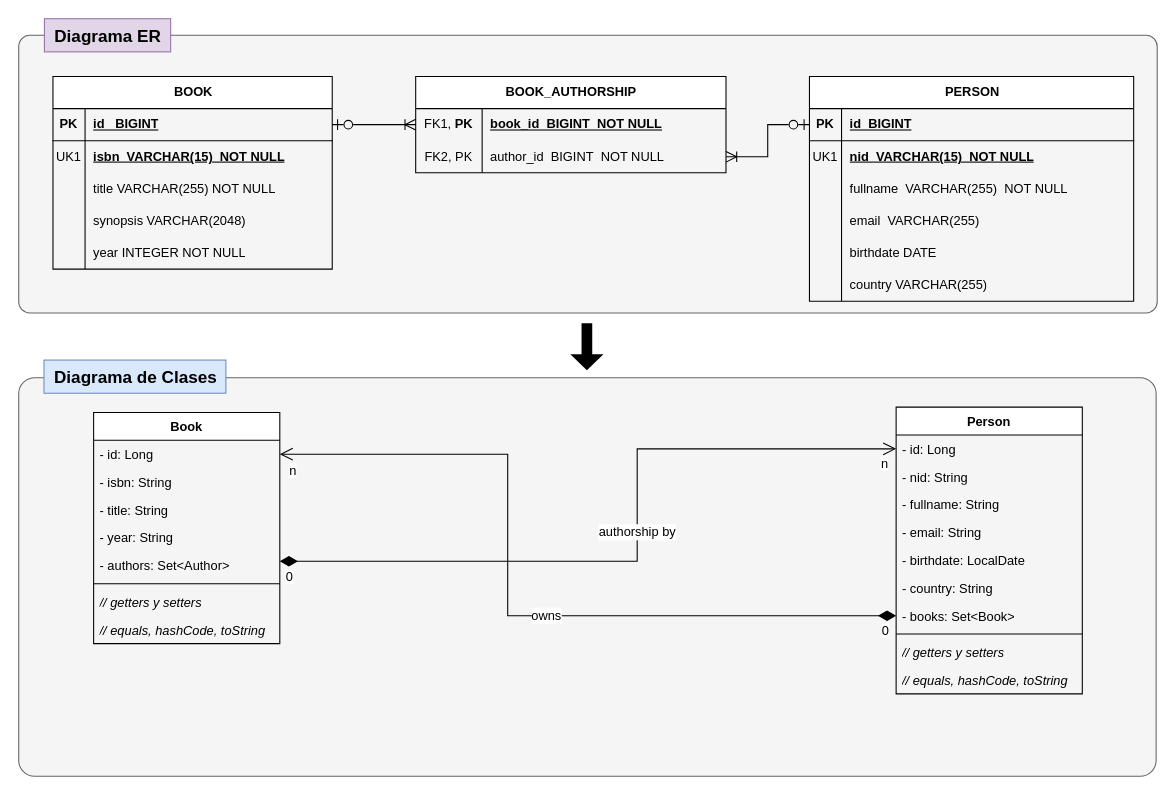
The draw.io diagram page "Ej01: LibrosAutor" (1 of 2) of docs/taller-agosto.drawio in davorpa/spring-boot-demo, before the edit. Source tidied: cells renumbered, new cells numbered last; positions are measured from the earlier drawing's top-left corner, leaving out a move shared by most shapes. Both pictures are drawn from the tidied source at 107%, with x=0, y=0 at pixel (18, 18).
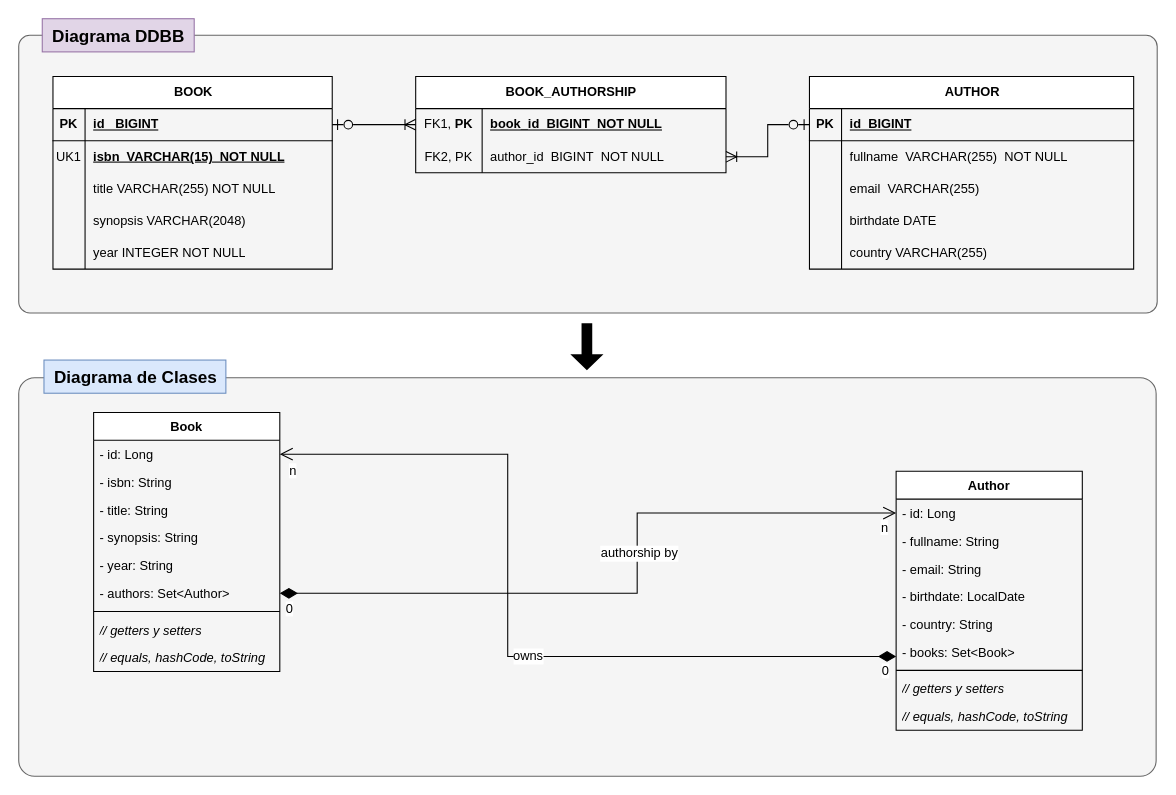
The same page after the edit.

The change refers to these unchanged cells:
```xml
<mxCell id="2" style="group;" parent="1" vertex="1">
  <mxGeometry y="4" width="1064" height="271" as="geometry" />
</mxCell>
<mxCell id="46" value="- id: Long" style="text;strokeColor=none;fillColor=none;align=left;verticalAlign=top;spacingLeft=4;spacingRight=4;overflow=hidden;points=[[0,0.5],[1,0.5]];portConstraint=eastwest;whiteSpace=wrap;html=1;fontSize=12;" parent="45" vertex="1">
  <mxGeometry y="26" width="174" height="26" as="geometry" />
</mxCell>
<mxCell id="61" value="- id: Long" style="text;strokeColor=none;fillColor=none;align=left;verticalAlign=top;spacingLeft=4;spacingRight=4;overflow=hidden;points=[[0,0.5],[1,0.5]];portConstraint=eastwest;whiteSpace=wrap;html=1;fontSize=12;" parent="60" vertex="1">
  <mxGeometry y="26" width="174" height="26" as="geometry" />
</mxCell>
```

What changed in the source:
```diff
@@
-    <mxCell id="4" value="Diagrama ER" style="text;html=1;align=center;verticalAlign=middle;strokeColor=#9673a6;fillColor=#e1d5e7;fontSize=16;fontFamily=Helvetica;fontStyle=1;" parent="2" vertex="1">
-      <mxGeometry x="24" y="-4" width="118" height="31" as="geometry" />
+    <mxCell id="4" value="Diagrama DDBB" style="text;html=1;align=center;verticalAlign=middle;strokeColor=#9673a6;fillColor=#e1d5e7;fontSize=16;fontFamily=Helvetica;fontStyle=1;" parent="2" vertex="1">
+      <mxGeometry x="22" y="-4" width="142" height="31" as="geometry" />
     </mxCell>
@@
-    <mxCell id="24" value="PERSON" style="shape=table;startSize=30;childLayout=tableLayout;rowLines=0;fontStyle=1;align=center;html=1;fontSize=12;" parent="1" vertex="1">
-      <mxGeometry x="739" y="54" width="303" height="210" as="geometry" />
+    <mxCell id="24" value="AUTHOR" style="shape=table;startSize=30;childLayout=tableLayout;rowLines=0;fontStyle=1;align=center;html=1;fontSize=12;" parent="1" vertex="1">
+      <mxGeometry x="739" y="54" width="303" height="180" as="geometry" />
     </mxCell>
@@
-    <mxCell id="28" style="shape=tableRow;horizontal=0;startSize=0;swimlaneHead=0;swimlaneBody=0;fillColor=none;top=0;left=0;right=0;bottom=0;fontSize=12;" parent="24" vertex="1">
-      <mxGeometry y="60" width="303" height="30" as="geometry" />
-    </mxCell>
-    <mxCell id="29" value="UK1" style="shape=partialRectangle;fillColor=none;top=0;left=0;bottom=0;right=0;overflow=hidden;whiteSpace=wrap;html=1;fontSize=12;" parent="28" vertex="1">
-      <mxGeometry width="30" height="30" as="geometry" />
-    </mxCell>
-    <mxCell id="30" value="nid&amp;nbsp; VARCHAR(15)&amp;nbsp; NOT NULL" style="shape=partialRectangle;fillColor=none;top=0;left=0;bottom=0;right=0;align=left;spacingLeft=6;overflow=hidden;whiteSpace=wrap;html=1;fontSize=12;fontStyle=5;" parent="28" vertex="1">
-      <mxGeometry x="30" width="273" height="30" as="geometry" />
-    </mxCell>
     <mxCell id="31" style="shape=tableRow;horizontal=0;startSize=0;swimlaneHead=0;swimlaneBody=0;fillColor=none;top=0;left=0;right=0;bottom=0;fontSize=12;" parent="24" vertex="1">
-      <mxGeometry y="90" width="303" height="30" as="geometry" />
+      <mxGeometry y="60" width="303" height="30" as="geometry" />
     </mxCell>
@@
     <mxCell id="34" style="shape=tableRow;horizontal=0;startSize=0;swimlaneHead=0;swimlaneBody=0;fillColor=none;top=0;left=0;right=0;bottom=0;fontSize=12;" parent="24" vertex="1">
-      <mxGeometry y="120" width="303" height="30" as="geometry" />
+      <mxGeometry y="90" width="303" height="30" as="geometry" />
     </mxCell>
@@
     <mxCell id="37" style="shape=tableRow;horizontal=0;startSize=0;swimlaneHead=0;swimlaneBody=0;fillColor=none;top=0;left=0;right=0;bottom=0;fontSize=12;" parent="24" vertex="1">
-      <mxGeometry y="150" width="303" height="30" as="geometry" />
+      <mxGeometry y="120" width="303" height="30" as="geometry" />
     </mxCell>
@@
     <mxCell id="40" style="shape=tableRow;horizontal=0;startSize=0;swimlaneHead=0;swimlaneBody=0;fillColor=none;top=0;left=0;right=0;bottom=0;fontSize=12;" parent="24" vertex="1">
-      <mxGeometry y="180" width="303" height="30" as="geometry" />
+      <mxGeometry y="150" width="303" height="30" as="geometry" />
     </mxCell>
@@
     <mxCell id="45" value="Book" style="swimlane;fontStyle=1;align=center;verticalAlign=top;horizontal=1;startSize=26;whiteSpace=wrap;html=1;fontSize=12;" parent="1" vertex="1">
-      <mxGeometry x="70" y="368" width="174" height="216" as="geometry" />
+      <mxGeometry x="70" y="368" width="174" height="242" as="geometry" />
     </mxCell>
@@
+    <mxCell id="79" value="- synopsis: String" style="text;strokeColor=none;fillColor=none;align=left;verticalAlign=top;spacingLeft=4;spacingRight=4;overflow=hidden;whiteSpace=wrap;html=1;fontSize=12;" parent="45" vertex="1">
+      <mxGeometry y="104" width="174" height="26" as="geometry" />
+    </mxCell>
     <mxCell id="49" value="- year: String" style="text;strokeColor=none;fillColor=none;align=left;verticalAlign=top;spacingLeft=4;spacingRight=4;overflow=hidden;whiteSpace=wrap;html=1;fontSize=12;" parent="45" vertex="1">
-      <mxGeometry y="104" width="174" height="26" as="geometry" />
+      <mxGeometry y="130" width="174" height="26" as="geometry" />
     </mxCell>
     <mxCell id="50" value="- authors: Set&amp;lt;Author&amp;gt;" style="text;strokeColor=none;fillColor=none;align=left;verticalAlign=top;spacingLeft=4;spacingRight=4;overflow=hidden;points=[[0,0.5],[1,0.5]];portConstraint=eastwest;whiteSpace=wrap;html=1;fontSize=12;" parent="45" vertex="1">
-      <mxGeometry y="130" width="174" height="26" as="geometry" />
+      <mxGeometry y="156" width="174" height="26" as="geometry" />
     </mxCell>
     <mxCell id="51" style="line;strokeWidth=1;fillColor=none;align=left;verticalAlign=middle;spacingTop=-1;spacingLeft=3;spacingRight=3;labelPosition=right;strokeColor=inherit;fontSize=12;" parent="45" vertex="1">
-      <mxGeometry y="156" width="174" height="8" as="geometry" />
+      <mxGeometry y="182" width="174" height="8" as="geometry" />
     </mxCell>
     <mxCell id="52" value="// getters y setters" style="text;strokeColor=none;fillColor=none;align=left;verticalAlign=top;spacingLeft=4;spacingRight=4;overflow=hidden;whiteSpace=wrap;html=1;fontSize=12;fontStyle=2;" parent="45" vertex="1">
-      <mxGeometry y="164" width="174" height="26" as="geometry" />
+      <mxGeometry y="190" width="174" height="26" as="geometry" />
     </mxCell>
     <mxCell id="53" value="// equals, hashCode, toString" style="text;strokeColor=none;fillColor=none;align=left;verticalAlign=top;spacingLeft=4;spacingRight=4;overflow=hidden;whiteSpace=wrap;html=1;fontSize=12;fontStyle=2;" parent="45" vertex="1">
-      <mxGeometry y="190" width="174" height="26" as="geometry" />
+      <mxGeometry y="216" width="174" height="26" as="geometry" />
     </mxCell>
     <mxCell id="54" value="authorship by" style="endArrow=open;html=1;endSize=10;startArrow=diamondThin;startSize=14;startFill=1;rounded=0;fontSize=12;edgeStyle=orthogonalEdgeStyle;" parent="1" edge="1" source="50" target="61">
-      <mxGeometry x="0.06" relative="1" as="geometry">
+      <mxGeometry x="0.14" y="-2" relative="1" as="geometry">
         <Array as="points">
-          <mxPoint x="578" y="507" />
-          <mxPoint x="578" y="402" />
+          <mxPoint x="578" y="537" />
+          <mxPoint x="578" y="462" />
         </Array>
       </mxGeometry>
     </mxCell>
@@
     <mxCell id="57" value="owns" style="endArrow=open;html=1;endSize=10;startArrow=diamondThin;startSize=14;startFill=1;rounded=0;fontSize=12;edgeStyle=orthogonalEdgeStyle;entryX=1;entryY=0.5;entryDx=0;entryDy=0;" parent="1" edge="1" source="67" target="46">
       <mxGeometry x="-0.1" relative="1" as="geometry">
         <Array as="points">
-          <mxPoint x="457" y="558" />
+          <mxPoint x="457" y="596" />
           <mxPoint x="457" y="407" />
         </Array>
       </mxGeometry>
     </mxCell>
@@
-    <mxCell id="60" value="Person" style="swimlane;fontStyle=1;align=center;verticalAlign=top;horizontal=1;startSize=26;whiteSpace=wrap;html=1;fontSize=12;" parent="1" vertex="1">
-      <mxGeometry x="820" y="363" width="174" height="268" as="geometry" />
+    <mxCell id="60" value="Author" style="swimlane;fontStyle=1;align=center;verticalAlign=top;horizontal=1;startSize=26;whiteSpace=wrap;html=1;fontSize=12;" parent="1" vertex="1">
+      <mxGeometry x="820" y="423" width="174" height="242" as="geometry" />
     </mxCell>
@@
-    <mxCell id="62" value="- nid: String" style="text;strokeColor=none;fillColor=none;align=left;verticalAlign=top;spacingLeft=4;spacingRight=4;overflow=hidden;whiteSpace=wrap;html=1;fontSize=12;" parent="60" vertex="1">
-      <mxGeometry y="52" width="174" height="26" as="geometry" />
-    </mxCell>
     <mxCell id="63" value="- fullname: String" style="text;strokeColor=none;fillColor=none;align=left;verticalAlign=top;spacingLeft=4;spacingRight=4;overflow=hidden;whiteSpace=wrap;html=1;fontSize=12;" parent="60" vertex="1">
-      <mxGeometry y="78" width="174" height="26" as="geometry" />
+      <mxGeometry y="52" width="174" height="26" as="geometry" />
     </mxCell>
     <mxCell id="64" value="- email: String" style="text;strokeColor=none;fillColor=none;align=left;verticalAlign=top;spacingLeft=4;spacingRight=4;overflow=hidden;whiteSpace=wrap;html=1;fontSize=12;" parent="60" vertex="1">
-      <mxGeometry y="104" width="174" height="26" as="geometry" />
+      <mxGeometry y="78" width="174" height="26" as="geometry" />
     </mxCell>
     <mxCell id="65" value="- birthdate: LocalDate" style="text;strokeColor=none;fillColor=none;align=left;verticalAlign=top;spacingLeft=4;spacingRight=4;overflow=hidden;whiteSpace=wrap;html=1;fontSize=12;" parent="60" vertex="1">
-      <mxGeometry y="130" width="174" height="26" as="geometry" />
+      <mxGeometry y="104" width="174" height="26" as="geometry" />
     </mxCell>
     <mxCell id="66" value="- country: String" style="text;strokeColor=none;fillColor=none;align=left;verticalAlign=top;spacingLeft=4;spacingRight=4;overflow=hidden;whiteSpace=wrap;html=1;fontSize=12;" parent="60" vertex="1">
-      <mxGeometry y="156" width="174" height="26" as="geometry" />
+      <mxGeometry y="130" width="174" height="26" as="geometry" />
     </mxCell>
     <mxCell id="67" value="- books: Set&amp;lt;Book&amp;gt;" style="text;strokeColor=none;fillColor=none;align=left;verticalAlign=top;spacingLeft=4;spacingRight=4;overflow=hidden;points=[[0,0.5],[1,0.5]];portConstraint=eastwest;whiteSpace=wrap;html=1;fontSize=12;" parent="60" vertex="1">
-      <mxGeometry y="182" width="174" height="26" as="geometry" />
+      <mxGeometry y="156" width="174" height="26" as="geometry" />
     </mxCell>
     <mxCell id="68" style="line;strokeWidth=1;fillColor=none;align=left;verticalAlign=middle;spacingTop=-1;spacingLeft=3;spacingRight=3;labelPosition=right;strokeColor=inherit;fontSize=12;" parent="60" vertex="1">
-      <mxGeometry y="208" width="174" height="8" as="geometry" />
+      <mxGeometry y="182" width="174" height="8" as="geometry" />
     </mxCell>
     <mxCell id="69" value="// getters y setters" style="text;strokeColor=none;fillColor=none;align=left;verticalAlign=top;spacingLeft=4;spacingRight=4;overflow=hidden;whiteSpace=wrap;html=1;fontSize=12;fontStyle=2;" parent="60" vertex="1">
-      <mxGeometry y="216" width="174" height="26" as="geometry" />
+      <mxGeometry y="190" width="174" height="26" as="geometry" />
     </mxCell>
     <mxCell id="70" value="// equals, hashCode, toString" style="text;strokeColor=none;fillColor=none;align=left;verticalAlign=top;spacingLeft=4;spacingRight=4;overflow=hidden;whiteSpace=wrap;html=1;fontSize=12;fontStyle=2;" parent="60" vertex="1">
-      <mxGeometry y="242" width="174" height="26" as="geometry" />
+      <mxGeometry y="216" width="174" height="26" as="geometry" />
     </mxCell>
```
